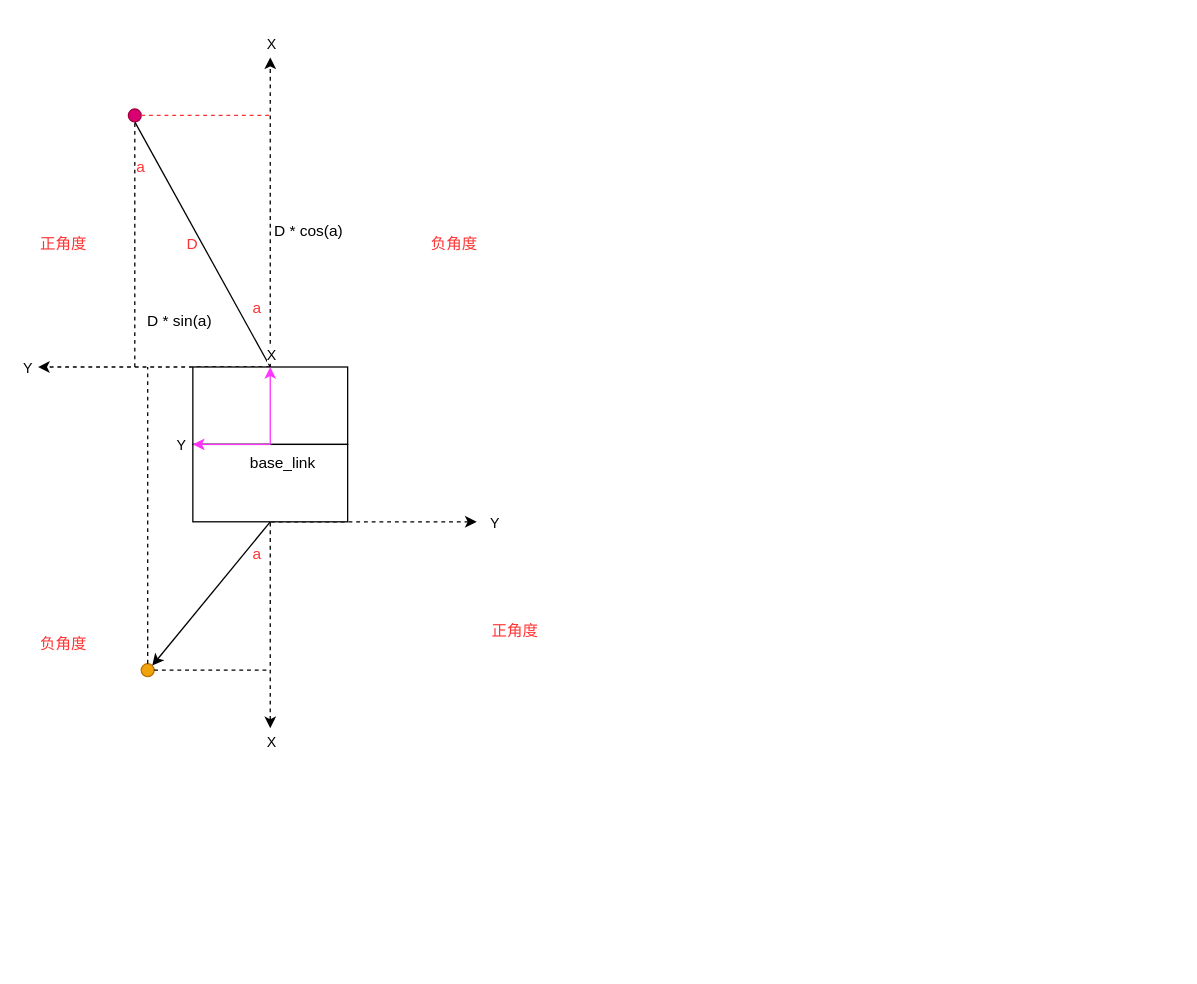
This is WorkSpace/ObjectTrack/UWB.drawio from mailonghua/drawio, a draw.io file, before an edit. Source tidied: cells renumbered, new cells numbered last; positions are measured from the earlier drawing's top-left corner, leaving out a move shared by most shapes. Both pictures are drawn from the tidied source at 129%, with x=0, y=0 at pixel (25, 57).
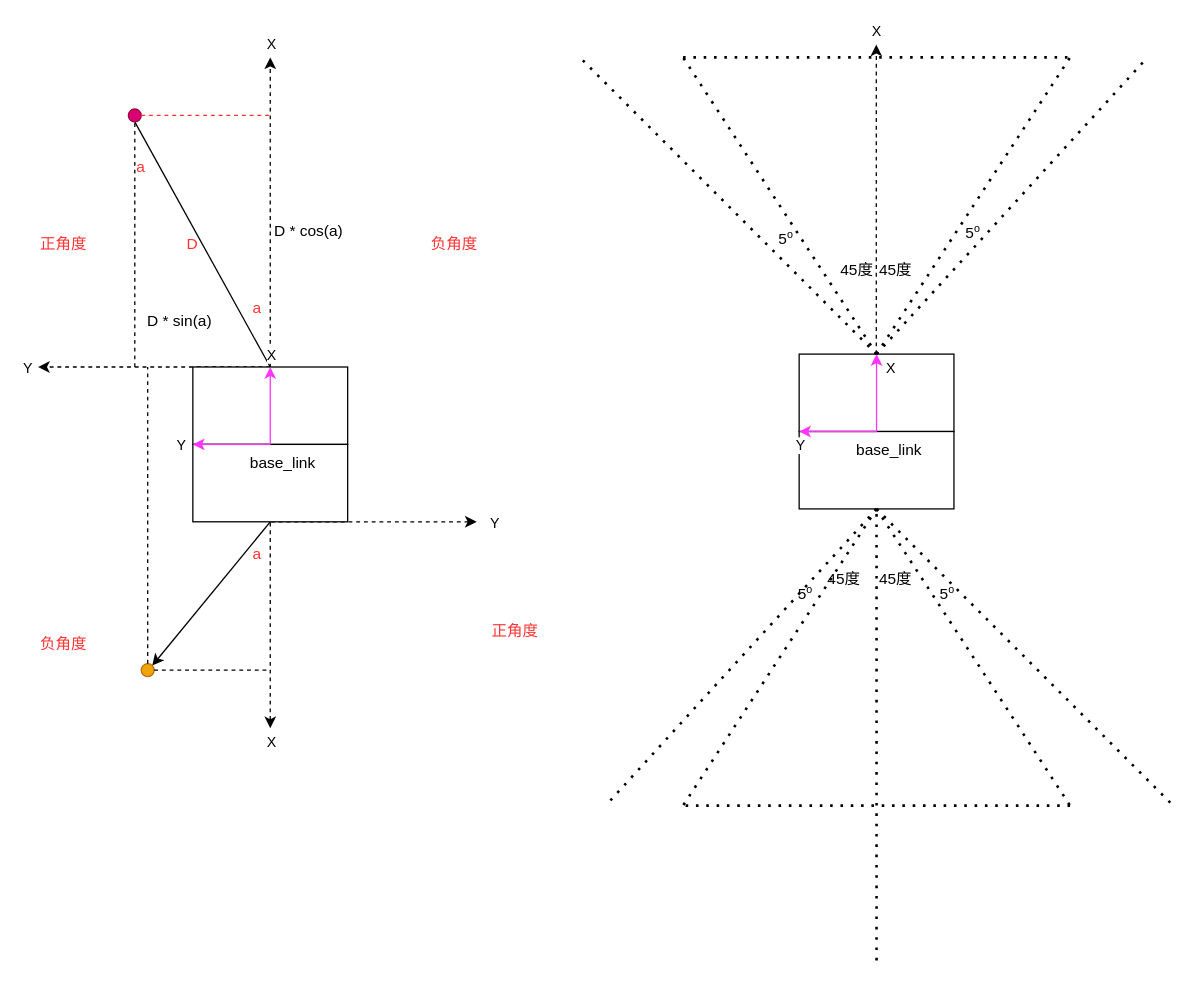
The same diagram, later.

Diff of the diagram source:
```diff
@@
+    <mxCell id="39" style="group;" parent="1" vertex="1">
+      <mxGeometry x="600" y="230" width="120" height="120" as="geometry" />
+    </mxCell>
+    <mxCell id="40" style="rounded=0;whiteSpace=wrap;html=1;rotation=0;" parent="39" vertex="1">
+      <mxGeometry width="120" height="60" as="geometry" />
+    </mxCell>
+    <mxCell id="41" style="rounded=0;whiteSpace=wrap;html=1;" parent="39" vertex="1">
+      <mxGeometry y="60" width="120" height="60" as="geometry" />
+    </mxCell>
+    <mxCell id="42" style="edgeStyle=none;rounded=0;orthogonalLoop=1;jettySize=auto;html=1;exitX=0.5;exitY=1;exitDx=0;exitDy=0;" parent="39" edge="1" source="40" target="40">
+      <mxGeometry relative="1" as="geometry" />
+    </mxCell>
+    <mxCell id="43" style="endArrow=classic;html=1;rounded=0;exitX=0.5;exitY=0;exitDx=0;exitDy=0;" parent="39" edge="1" source="41" target="40">
+      <mxGeometry relative="1" as="geometry" />
+    </mxCell>
+    <mxCell id="44" style="group;" parent="39" vertex="1">
+      <mxGeometry width="60" height="60" as="geometry" />
+    </mxCell>
+    <mxCell id="45" style="endArrow=classic;html=1;rounded=0;strokeColor=#FF33FF;" parent="44" edge="1">
+      <mxGeometry relative="1" as="geometry">
+        <mxPoint x="60" y="60" as="sourcePoint" />
+        <mxPoint x="60" as="targetPoint" />
+      </mxGeometry>
+    </mxCell>
+    <mxCell id="46" value="X" style="edgeLabel;html=1;align=center;verticalAlign=middle;" parent="45" vertex="1">
+      <mxGeometry y="-2" relative="1" as="geometry">
+        <mxPoint x="8" y="-20" as="offset" />
+      </mxGeometry>
+    </mxCell>
+    <mxCell id="47" style="endArrow=classic;html=1;rounded=0;strokeColor=#FF33FF;" parent="44" edge="1">
+      <mxGeometry relative="1" as="geometry">
+        <mxPoint x="60" y="60" as="sourcePoint" />
+        <mxPoint y="60" as="targetPoint" />
+      </mxGeometry>
+    </mxCell>
+    <mxCell id="48" value="Y" style="edgeLabel;html=1;align=center;verticalAlign=middle;" parent="47" vertex="1">
+      <mxGeometry x="0.04" relative="1" as="geometry">
+        <mxPoint x="-29" y="10" as="offset" />
+      </mxGeometry>
+    </mxCell>
+    <mxCell id="49" value="base_link" style="text;html=1;whiteSpace=wrap;strokeColor=none;fillColor=none;align=center;verticalAlign=middle;rounded=0;" parent="39" vertex="1">
+      <mxGeometry x="40" y="60" width="60" height="30" as="geometry" />
+    </mxCell>
+    <mxCell id="50" style="endArrow=classic;html=1;rounded=0;dashed=1;endFill=1;" parent="1" edge="1">
+      <mxGeometry relative="1" as="geometry">
+        <mxPoint x="659.8" y="230" as="sourcePoint" />
+        <mxPoint x="659.8" y="-10" as="targetPoint" />
+      </mxGeometry>
+    </mxCell>
+    <mxCell id="51" value="X" style="edgeLabel;html=1;align=center;verticalAlign=middle;" parent="50" vertex="1">
+      <mxGeometry x="0.78" relative="1" as="geometry">
+        <mxPoint y="-37" as="offset" />
+      </mxGeometry>
+    </mxCell>
+    <mxCell id="52" value="45度" style="text;html=1;whiteSpace=wrap;strokeColor=none;fillColor=none;align=center;verticalAlign=middle;rounded=0;" parent="1" vertex="1">
+      <mxGeometry x="660" y="150" width="30" height="30" as="geometry" />
+    </mxCell>
+    <mxCell id="53" value="45度" style="text;html=1;whiteSpace=wrap;strokeColor=none;fillColor=none;align=center;verticalAlign=middle;rounded=0;" parent="1" vertex="1">
+      <mxGeometry x="630" y="150" width="30" height="30" as="geometry" />
+    </mxCell>
+    <mxCell id="54" value="5&lt;span style=&quot;font-size: 10px;&quot;&gt;&lt;sup&gt;o&lt;/sup&gt;&lt;/span&gt;" style="text;html=1;whiteSpace=wrap;strokeColor=none;fillColor=none;align=center;verticalAlign=middle;rounded=0;" parent="1" vertex="1">
+      <mxGeometry x="720" y="120" width="30" height="30" as="geometry" />
+    </mxCell>
+    <mxCell id="55" value="5&lt;span style=&quot;font-size: 10px;&quot;&gt;&lt;sup&gt;o&lt;/sup&gt;&lt;/span&gt;" style="text;html=1;whiteSpace=wrap;strokeColor=none;fillColor=none;align=center;verticalAlign=middle;rounded=0;" parent="1" vertex="1">
+      <mxGeometry x="575" y="125" width="30" height="30" as="geometry" />
+    </mxCell>
+    <mxCell id="56" style="group;" parent="1" vertex="1">
+      <mxGeometry x="430" width="440" height="230" as="geometry" />
+    </mxCell>
+    <mxCell id="57" style="endArrow=none;dashed=1;html=1;dashPattern=1 3;strokeWidth=2;rounded=0;exitX=0.5;exitY=0;exitDx=0;exitDy=0;" parent="56" edge="1">
+      <mxGeometry relative="1" as="geometry">
+        <mxPoint x="230" y="230" as="sourcePoint" />
+        <mxPoint x="440" as="targetPoint" />
+      </mxGeometry>
+    </mxCell>
+    <mxCell id="58" style="endArrow=none;dashed=1;html=1;dashPattern=1 3;strokeWidth=2;rounded=0;exitX=0.5;exitY=0;exitDx=0;exitDy=0;" parent="56" edge="1">
+      <mxGeometry relative="1" as="geometry">
+        <mxPoint x="230" y="230" as="sourcePoint" />
+        <mxPoint as="targetPoint" />
+      </mxGeometry>
+    </mxCell>
+    <mxCell id="59" style="group;" parent="56" vertex="1">
+      <mxGeometry x="80" width="300" height="230" as="geometry" />
+    </mxCell>
+    <mxCell id="60" style="endArrow=none;dashed=1;html=1;dashPattern=1 3;strokeWidth=2;rounded=0;exitX=0.5;exitY=0;exitDx=0;exitDy=0;" parent="59" edge="1" source="40">
+      <mxGeometry relative="1" as="geometry">
+        <mxPoint x="300" as="targetPoint" />
+      </mxGeometry>
+    </mxCell>
+    <mxCell id="61" style="endArrow=none;dashed=1;html=1;dashPattern=1 3;strokeWidth=2;rounded=0;exitX=0.5;exitY=0;exitDx=0;exitDy=0;" parent="59" edge="1">
+      <mxGeometry relative="1" as="geometry">
+        <mxPoint x="150" y="230" as="sourcePoint" />
+        <mxPoint as="targetPoint" />
+      </mxGeometry>
+    </mxCell>
+    <mxCell id="62" style="endArrow=none;dashed=1;html=1;dashPattern=1 3;strokeWidth=2;rounded=0;" parent="59" edge="1">
+      <mxGeometry relative="1" as="geometry">
+        <mxPoint as="sourcePoint" />
+        <mxPoint x="300" as="targetPoint" />
+      </mxGeometry>
+    </mxCell>
+    <mxCell id="63" style="endArrow=none;dashed=1;html=1;dashPattern=1 3;strokeWidth=2;rounded=0;exitX=0.5;exitY=0;exitDx=0;exitDy=0;" parent="1" edge="1">
+      <mxGeometry relative="1" as="geometry">
+        <mxPoint x="660" y="350" as="sourcePoint" />
+        <mxPoint x="450" y="580" as="targetPoint" />
+      </mxGeometry>
+    </mxCell>
+    <mxCell id="64" style="endArrow=none;dashed=1;html=1;dashPattern=1 3;strokeWidth=2;rounded=0;exitX=0.5;exitY=0;exitDx=0;exitDy=0;" parent="1" edge="1">
+      <mxGeometry relative="1" as="geometry">
+        <mxPoint x="660" y="350" as="sourcePoint" />
+        <mxPoint x="890" y="580" as="targetPoint" />
+      </mxGeometry>
+    </mxCell>
+    <mxCell id="65" style="endArrow=none;dashed=1;html=1;dashPattern=1 3;strokeWidth=2;rounded=0;exitX=0.5;exitY=1;exitDx=0;exitDy=0;" parent="1" edge="1" source="41">
+      <mxGeometry relative="1" as="geometry">
+        <mxPoint x="510" y="580" as="targetPoint" />
+      </mxGeometry>
+    </mxCell>
+    <mxCell id="66" style="endArrow=none;dashed=1;html=1;dashPattern=1 3;strokeWidth=2;rounded=0;exitX=0.5;exitY=0;exitDx=0;exitDy=0;" parent="1" edge="1">
+      <mxGeometry relative="1" as="geometry">
+        <mxPoint x="660" y="350" as="sourcePoint" />
+        <mxPoint x="810" y="580" as="targetPoint" />
+      </mxGeometry>
+    </mxCell>
+    <mxCell id="67" style="endArrow=none;dashed=1;html=1;dashPattern=1 3;strokeWidth=2;rounded=0;" parent="1" edge="1">
+      <mxGeometry relative="1" as="geometry">
+        <mxPoint x="810" y="580" as="sourcePoint" />
+        <mxPoint x="510" y="580" as="targetPoint" />
+      </mxGeometry>
+    </mxCell>
+    <mxCell id="68" style="endArrow=none;dashed=1;html=1;dashPattern=1 3;strokeWidth=2;rounded=0;entryX=0.5;entryY=1;entryDx=0;entryDy=0;" parent="1" edge="1" target="41">
+      <mxGeometry relative="1" as="geometry">
+        <mxPoint x="660" y="700" as="sourcePoint" />
+      </mxGeometry>
+    </mxCell>
+    <mxCell id="69" value="45度" style="text;html=1;whiteSpace=wrap;strokeColor=none;fillColor=none;align=center;verticalAlign=middle;rounded=0;" parent="1" vertex="1">
+      <mxGeometry x="660" y="390" width="30" height="30" as="geometry" />
+    </mxCell>
+    <mxCell id="70" value="45度" style="text;html=1;whiteSpace=wrap;strokeColor=none;fillColor=none;align=center;verticalAlign=middle;rounded=0;" parent="1" vertex="1">
+      <mxGeometry x="620" y="390" width="30" height="30" as="geometry" />
+    </mxCell>
+    <mxCell id="71" value="5&lt;span style=&quot;font-size: 10px;&quot;&gt;&lt;sup&gt;o&lt;/sup&gt;&lt;/span&gt;" style="text;html=1;whiteSpace=wrap;strokeColor=none;fillColor=none;align=center;verticalAlign=middle;rounded=0;" parent="1" vertex="1">
+      <mxGeometry x="700" y="400" width="30" height="30" as="geometry" />
+    </mxCell>
+    <mxCell id="72" value="5&lt;span style=&quot;font-size: 10px;&quot;&gt;&lt;sup&gt;o&lt;/sup&gt;&lt;/span&gt;" style="text;html=1;whiteSpace=wrap;strokeColor=none;fillColor=none;align=center;verticalAlign=middle;rounded=0;" parent="1" vertex="1">
+      <mxGeometry x="590" y="400" width="30" height="30" as="geometry" />
+    </mxCell>
```
